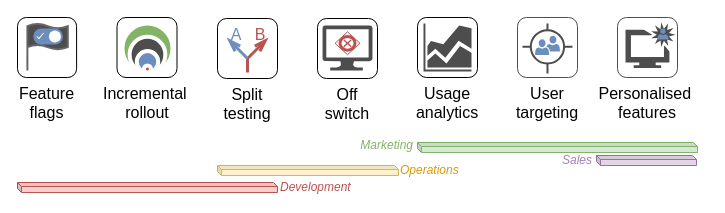
Above: blog/feature-flag-benefits.drawio in jgraph/drawio-diagrams (draw.io), before the change. Source tidied: cells renumbered, new cells numbered last; positions are measured from the earlier drawing's top-left corner, leaving out a move shared by most shapes. Both pictures are drawn from the tidied source at 100%, with x=0, y=0 at pixel (17, 17).
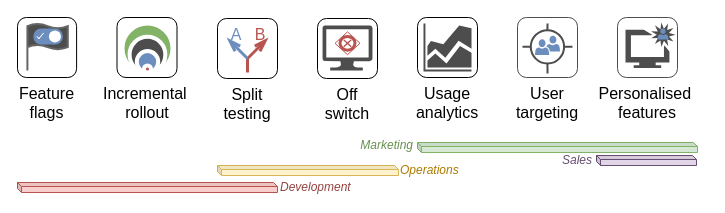
Above is the later version.

Change to the diagram source:
```diff
@@
-    <mxCell id="38" style="shape=cube;whiteSpace=wrap;html=1;boundedLbl=1;backgroundOutline=1;darkOpacity=0.05;darkOpacity2=0.1;fontSize=13;size=4;labelPosition=right;verticalLabelPosition=middle;align=left;verticalAlign=middle;fontStyle=2;fillColor=#e1d5e7;strokeColor=#9673a6;" parent="1" vertex="1">
+    <mxCell id="38" style="shape=cube;whiteSpace=wrap;html=1;boundedLbl=1;backgroundOutline=1;darkOpacity=0.05;darkOpacity2=0.1;fontSize=13;size=4;labelPosition=right;verticalLabelPosition=middle;align=left;verticalAlign=middle;fontStyle=2;fillColor=#e1d5e7;strokeColor=#654E70;fontColor=#654E70;" parent="1" vertex="1">
       <mxGeometry x="579" y="138" width="100" height="10" as="geometry" />
     </mxCell>
@@
-    <mxCell id="41" value="Marketing" style="text;html=1;strokeColor=none;fillColor=none;align=right;verticalAlign=middle;whiteSpace=wrap;rounded=0;fontSize=12;fontStyle=2;fontColor=#82B366;" parent="1" vertex="1">
+    <mxCell id="41" value="Marketing" style="text;html=1;strokeColor=none;fillColor=none;align=right;verticalAlign=middle;whiteSpace=wrap;rounded=0;fontSize=12;fontStyle=2;fontColor=#688F51;" parent="1" vertex="1">
       <mxGeometry x="338" y="118" width="60" height="20" as="geometry" />
     </mxCell>
-    <mxCell id="42" value="Sales" style="text;html=1;strokeColor=none;fillColor=none;align=right;verticalAlign=middle;whiteSpace=wrap;rounded=0;fontSize=12;fontStyle=2;fontColor=#A680B8;" parent="1" vertex="1">
+    <mxCell id="42" value="Sales" style="text;html=1;strokeColor=none;fillColor=none;align=right;verticalAlign=middle;whiteSpace=wrap;rounded=0;fontSize=12;fontStyle=2;fontColor=#654E70;" parent="1" vertex="1">
       <mxGeometry x="517" y="134.5" width="60" height="17" as="geometry" />
     </mxCell>
-    <mxCell id="43" value="Operations" style="text;html=1;strokeColor=none;fillColor=none;align=left;verticalAlign=middle;whiteSpace=wrap;rounded=0;fontSize=12;fontStyle=2;fontColor=#D79B00;" parent="1" vertex="1">
+    <mxCell id="43" value="Operations" style="text;html=1;strokeColor=none;fillColor=none;align=left;verticalAlign=middle;whiteSpace=wrap;rounded=0;fontSize=12;fontStyle=2;fontColor=#AB7B00;" parent="1" vertex="1">
       <mxGeometry x="381" y="144.5" width="60" height="17" as="geometry" />
     </mxCell>
-    <mxCell id="44" value="Development" style="text;html=1;strokeColor=none;fillColor=none;align=left;verticalAlign=middle;whiteSpace=wrap;rounded=0;fontSize=12;fontStyle=2;fontColor=#B85450;" parent="1" vertex="1">
+    <mxCell id="44" value="Development" style="text;html=1;strokeColor=none;fillColor=none;align=left;verticalAlign=middle;whiteSpace=wrap;rounded=0;fontSize=12;fontStyle=2;fontColor=#944440;" parent="1" vertex="1">
       <mxGeometry x="260.5" y="161.5" width="60" height="17" as="geometry" />
     </mxCell>
```
